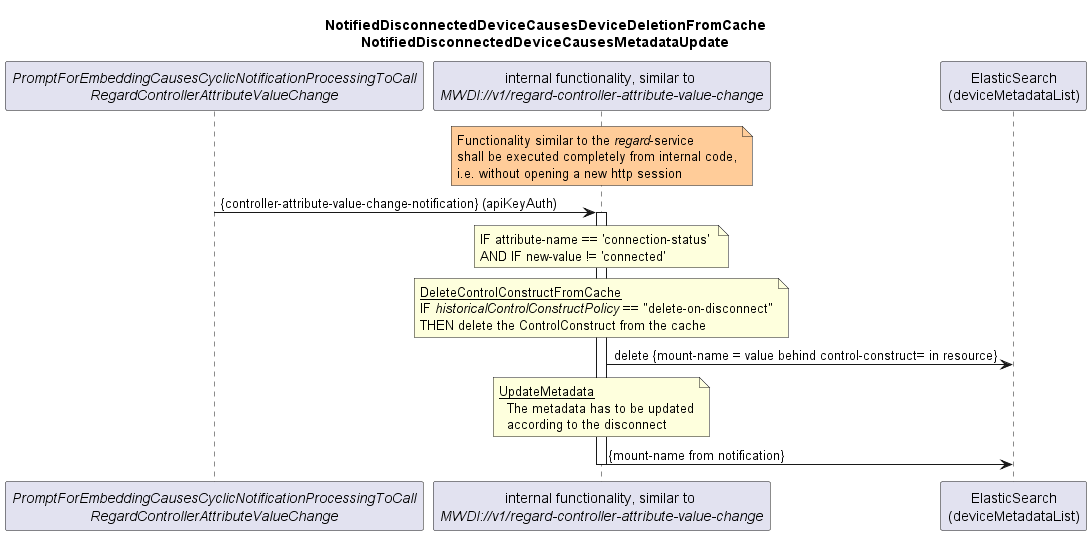
openBackhaul/MicroWaveDeviceInventory keeps this PlantUML diagram as spec/diagrams/021_NotificationBasedDeviceListSyncDisconnectUpdate.png. Above is the earlier version.
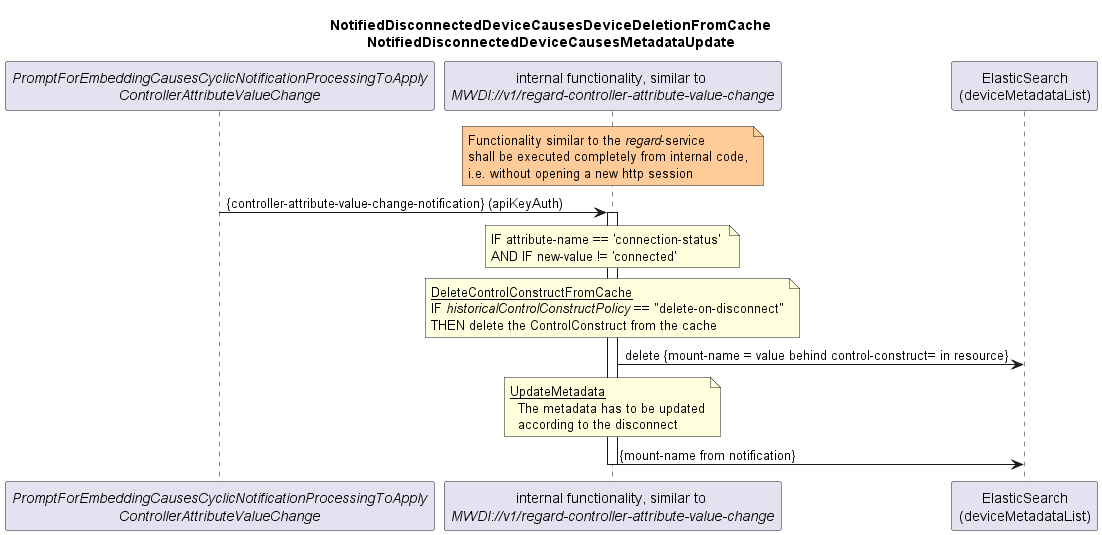
The same file after the commit.

The edit, as a diff of the source:
```diff
@@ -6,7 +6,7 @@
   NotifiedDisconnectedDeviceCausesMetadataUpdate
 end title
 
-participant "<i>PromptForEmbeddingCausesCyclicNotificationProcessingToCall</i>\n<i>RegardControllerAttributeValueChange</i>" as init
+participant "<i>PromptForEmbeddingCausesCyclicNotificationProcessingToApply</i>\n<i>ControllerAttributeValueChange</i>" as init
 participant "internal functionality, similar to \n<i>MWDI://v1/regard-controller-attribute-value-change</i>" as regardDisconnectedDevice
 participant "ElasticSearch\n(deviceMetadataList)" as es
 
```
